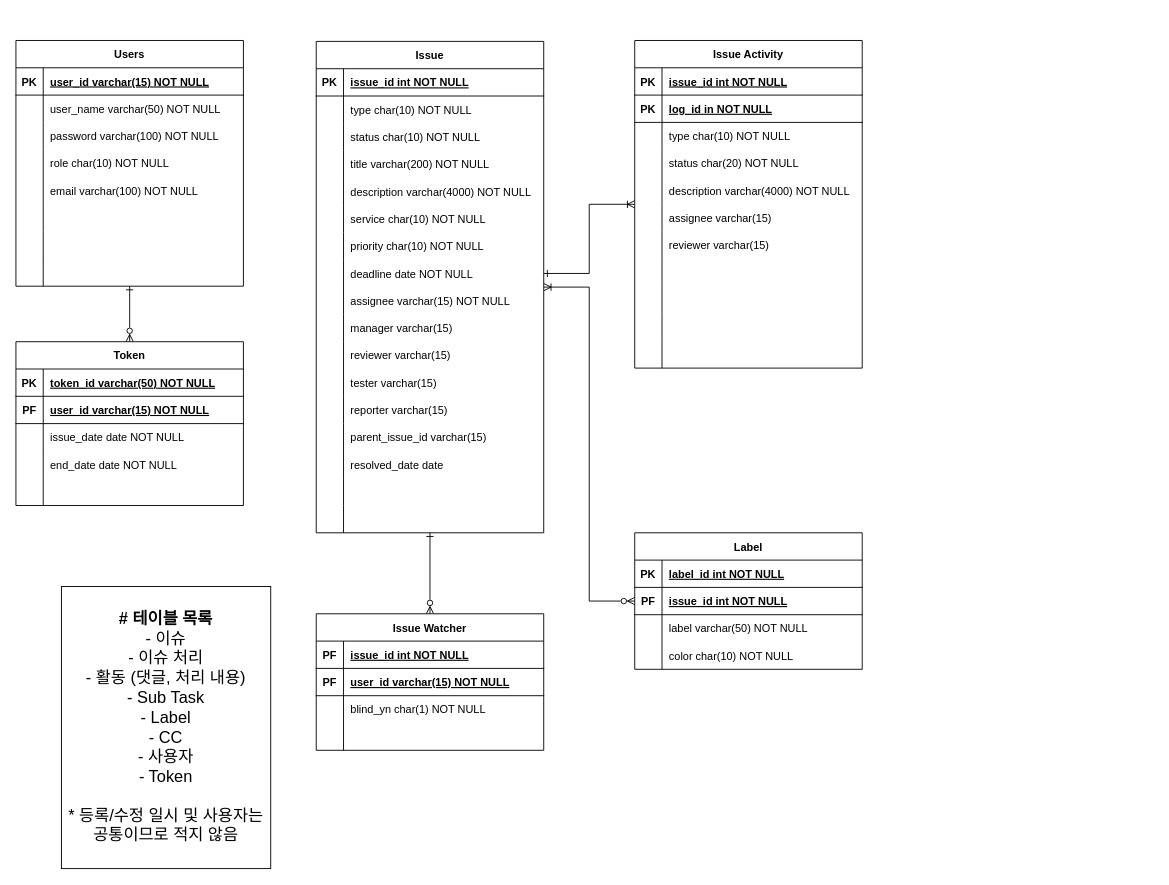
Before: neims/neims_erd.drawio in neorang/drawdoc, a draw.io diagram. Source tidied: cells renumbered, new cells numbered last; positions are measured from the earlier drawing's top-left corner, leaving out a move shared by most shapes. Both pictures are drawn from the tidied source at 91%, with x=0, y=0 at pixel (15, 40).
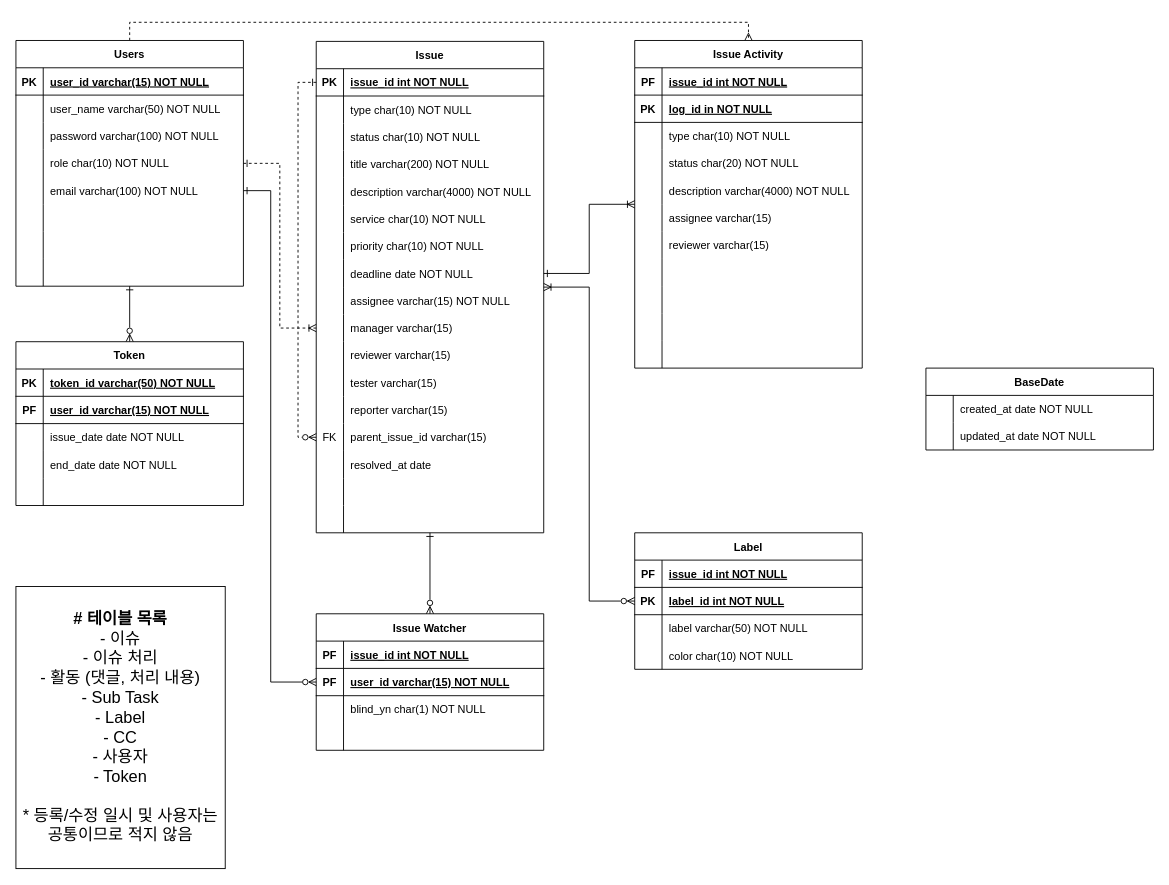
The same page after the edit.

Unchanged cells that the change refers to:
```xml
<mxCell id="2" value="Issue" style="shape=table;startSize=30;childLayout=tableLayout;rowLines=0;fontStyle=1;align=center;" parent="1" vertex="1">
  <mxGeometry x="330" y="1" width="250" height="540" as="geometry" />
</mxCell>
<mxCell id="3" style="shape=partialRectangle;fillColor=none;points=[[0,0.5],[1,0.5]];portConstraint=eastwest;top=0;left=0;right=0;bottom=1;" parent="2" vertex="1">
  <mxGeometry y="30" width="250" height="30" as="geometry" />
</mxCell>
<mxCell id="30" style="shape=partialRectangle;fillColor=none;points=[[0,0.5],[1,0.5]];portConstraint=eastwest;top=0;left=0;right=0;bottom=0;" parent="2" vertex="1">
  <mxGeometry y="300" width="250" height="30" as="geometry" />
</mxCell>
<mxCell id="42" style="shape=partialRectangle;fillColor=none;points=[[0,0.5],[1,0.5]];portConstraint=eastwest;top=0;left=0;right=0;bottom=0;" parent="2" vertex="1">
  <mxGeometry y="420" width="250" height="30" as="geometry" />
</mxCell>
<mxCell id="45" style="shape=partialRectangle;fillColor=none;top=0;left=0;right=0;bottom=0;" parent="2" vertex="1">
  <mxGeometry y="450" width="250" height="30" as="geometry" />
</mxCell>
<mxCell id="55" value="Label" style="shape=table;startSize=30;childLayout=tableLayout;rowLines=0;fontStyle=1;align=center;" parent="1" vertex="1">
  <mxGeometry x="680" y="541" width="250" height="150" as="geometry" />
</mxCell>
<mxCell id="68" value="Users" style="shape=table;startSize=30;childLayout=tableLayout;rowLines=0;fontStyle=1;align=center;" parent="1" vertex="1">
  <mxGeometry width="250" height="270" as="geometry" />
</mxCell>
<mxCell id="78" style="shape=partialRectangle;fillColor=none;points=[[0,0.5],[1,0.5]];portConstraint=eastwest;top=0;left=0;right=0;bottom=0;" parent="68" vertex="1">
  <mxGeometry y="120" width="250" height="30" as="geometry" />
</mxCell>
<mxCell id="81" style="shape=partialRectangle;fillColor=none;points=[[0,0.5],[1,0.5]];portConstraint=eastwest;top=0;left=0;right=0;bottom=0;" parent="68" vertex="1">
  <mxGeometry y="150" width="250" height="30" as="geometry" />
</mxCell>
<mxCell id="116" style="shape=partialRectangle;fillColor=none;points=[[0,0.5],[1,0.5]];portConstraint=eastwest;top=0;left=0;right=0;bottom=1;" parent="112" vertex="1">
  <mxGeometry y="60" width="250" height="30" as="geometry" />
</mxCell>
<mxCell id="126" value="Issue Activity" style="shape=table;startSize=30;childLayout=tableLayout;rowLines=0;fontStyle=1;align=center;" parent="1" vertex="1">
  <mxGeometry x="680" width="250" height="360" as="geometry" />
</mxCell>
<mxCell id="127" style="shape=partialRectangle;fillColor=none;top=0;left=0;right=0;bottom=1;" parent="126" vertex="1">
  <mxGeometry y="30" width="250" height="30" as="geometry" />
</mxCell>
```

The edit, as a diff of the source:
```diff
@@
+    <mxCell id="160" style="edgeStyle=orthogonalEdgeStyle;rounded=0;jettySize=auto;html=1;entryX=0;entryY=0.5;entryDx=0;entryDy=0;dashed=1;endArrow=ERzeroToMany;endFill=0;startArrow=ERone;startFill=0;" parent="2" edge="1" source="3" target="42">
+      <mxGeometry relative="1" as="geometry" />
+    </mxCell>
@@
-    <mxCell id="43" style="shape=partialRectangle;overflow=hidden;fillColor=none;top=0;left=0;bottom=0;right=0;" parent="42" vertex="1">
+    <mxCell id="43" value="FK" style="shape=partialRectangle;overflow=hidden;fillColor=none;top=0;left=0;bottom=0;right=0;" parent="42" vertex="1">
       <mxGeometry width="30" height="30" as="geometry" />
     </mxCell>
@@
-    <mxCell id="47" value="resolved_date date" style="shape=partialRectangle;overflow=hidden;fillColor=none;top=0;left=0;bottom=0;right=0;align=left;spacingLeft=6;" parent="45" vertex="1">
+    <mxCell id="47" value="resolved_at date" style="shape=partialRectangle;overflow=hidden;fillColor=none;top=0;left=0;bottom=0;right=0;align=left;spacingLeft=6;" parent="45" vertex="1">
       <mxGeometry x="30" width="220" height="30" as="geometry" />
     </mxCell>
@@
+    <mxCell id="59" style="shape=partialRectangle;fillColor=none;top=0;left=0;right=0;bottom=1;" parent="55" vertex="1">
+      <mxGeometry y="30" width="250" height="30" as="geometry" />
+    </mxCell>
+    <mxCell id="60" value="PF" style="shape=partialRectangle;overflow=hidden;fillColor=none;top=0;left=0;bottom=0;right=0;fontStyle=1;" parent="59" vertex="1">
+      <mxGeometry width="30" height="30" as="geometry" />
+    </mxCell>
+    <mxCell id="61" value="issue_id int NOT NULL" style="shape=partialRectangle;overflow=hidden;fillColor=none;top=0;left=0;bottom=0;right=0;align=left;spacingLeft=6;fontStyle=5;" parent="59" vertex="1">
+      <mxGeometry x="30" width="220" height="30" as="geometry" />
+    </mxCell>
     <mxCell id="56" style="shape=partialRectangle;fillColor=none;top=0;left=0;right=0;bottom=1;" parent="55" vertex="1">
-      <mxGeometry y="30" width="250" height="30" as="geometry" />
+      <mxGeometry y="60" width="250" height="30" as="geometry" />
     </mxCell>
@@
-    <mxCell id="59" style="shape=partialRectangle;fillColor=none;top=0;left=0;right=0;bottom=1;" parent="55" vertex="1">
-      <mxGeometry y="60" width="250" height="30" as="geometry" />
-    </mxCell>
-    <mxCell id="60" value="PF" style="shape=partialRectangle;overflow=hidden;fillColor=none;top=0;left=0;bottom=0;right=0;fontStyle=1;" parent="59" vertex="1">
-      <mxGeometry width="30" height="30" as="geometry" />
-    </mxCell>
-    <mxCell id="61" value="issue_id int NOT NULL" style="shape=partialRectangle;overflow=hidden;fillColor=none;top=0;left=0;bottom=0;right=0;align=left;spacingLeft=6;fontStyle=5;" parent="59" vertex="1">
-      <mxGeometry x="30" width="220" height="30" as="geometry" />
-    </mxCell>
@@
+    <mxCell id="161" style="edgeStyle=orthogonalEdgeStyle;rounded=0;jettySize=auto;html=1;entryX=0.5;entryY=0;entryDx=0;entryDy=0;endArrow=ERmany;endFill=0;dashed=1;" parent="1" edge="1" source="68" target="126">
+      <mxGeometry relative="1" as="geometry">
+        <Array as="points">
+          <mxPoint x="125" y="-20" />
+          <mxPoint x="805" y="-20" />
+        </Array>
+      </mxGeometry>
+    </mxCell>
@@
     <mxCell id="93" value="&lt;div style=&quot;font-size: 18px;&quot;&gt;&lt;font style=&quot;font-size: 18px;&quot;&gt;&lt;b&gt;# 테이블 목록&lt;/b&gt;&lt;/font&gt;&lt;/div&gt;&lt;div style=&quot;font-size: 18px;&quot;&gt;&lt;font style=&quot;font-size: 18px;&quot;&gt;- 이슈&lt;/font&gt;&lt;/div&gt;&lt;div style=&quot;font-size: 18px;&quot;&gt;&lt;font style=&quot;font-size: 18px;&quot;&gt;- 이슈 처리&lt;br&gt;&lt;/font&gt;&lt;/div&gt;&lt;div style=&quot;font-size: 18px;&quot;&gt;&lt;font style=&quot;font-size: 18px;&quot;&gt;- 활동 (댓글, 처리 내용)&lt;/font&gt;&lt;/div&gt;&lt;div style=&quot;font-size: 18px;&quot;&gt;&lt;font style=&quot;font-size: 18px;&quot;&gt;- Sub Task&lt;/font&gt;&lt;/div&gt;&lt;div style=&quot;font-size: 18px;&quot;&gt;&lt;font style=&quot;font-size: 18px;&quot;&gt;- Label&lt;/font&gt;&lt;/div&gt;&lt;div style=&quot;font-size: 18px;&quot;&gt;&lt;font style=&quot;font-size: 18px;&quot;&gt;- CC&lt;/font&gt;&lt;/div&gt;&lt;div style=&quot;font-size: 18px;&quot;&gt;&lt;font style=&quot;font-size: 18px;&quot;&gt;- 사용자&lt;/font&gt;&lt;/div&gt;&lt;div style=&quot;font-size: 18px;&quot;&gt;&lt;font style=&quot;font-size: 18px;&quot;&gt;- Token&lt;br&gt;&lt;/font&gt;&lt;/div&gt;&lt;div style=&quot;font-size: 18px;&quot;&gt;&lt;font style=&quot;font-size: 18px;&quot;&gt;&lt;br&gt;&lt;/font&gt;&lt;/div&gt;&lt;div style=&quot;font-size: 18px;&quot;&gt;&lt;font style=&quot;font-size: 18px;&quot;&gt;* 등록/수정 일시 및 사용자는 공통이므로 적지 않음&lt;br&gt;&lt;/font&gt;&lt;/div&gt;" style="rounded=0;whiteSpace=wrap;html=1;" parent="1" vertex="1">
-      <mxGeometry x="50" y="600" width="230" height="310" as="geometry" />
+      <mxGeometry y="600" width="230" height="310" as="geometry" />
     </mxCell>
@@
-    <mxCell id="128" value="PK" style="shape=partialRectangle;overflow=hidden;fillColor=none;top=0;left=0;bottom=0;right=0;fontStyle=1;" parent="127" vertex="1">
+    <mxCell id="128" value="PF" style="shape=partialRectangle;overflow=hidden;fillColor=none;top=0;left=0;bottom=0;right=0;fontStyle=1;" parent="127" vertex="1">
       <mxGeometry width="30" height="30" as="geometry" />
     </mxCell>
@@
+    <mxCell id="162" style="edgeStyle=orthogonalEdgeStyle;rounded=0;jettySize=auto;html=1;entryX=0;entryY=0.5;entryDx=0;entryDy=0;dashed=1;startArrow=ERone;startFill=0;endArrow=ERoneToMany;endFill=0;" parent="1" edge="1" source="78" target="30">
+      <mxGeometry relative="1" as="geometry">
+        <Array as="points">
+          <mxPoint x="290" y="135" />
+          <mxPoint x="290" y="316" />
+        </Array>
+      </mxGeometry>
+    </mxCell>
+    <mxCell id="163" value="BaseDate" style="shape=table;startSize=30;childLayout=tableLayout;rowLines=0;fontStyle=1;align=center;" parent="1" vertex="1">
+      <mxGeometry x="1000" y="360" width="250" height="90" as="geometry" />
+    </mxCell>
+    <mxCell id="164" style="shape=partialRectangle;fillColor=none;top=0;left=0;right=0;bottom=0;" parent="163" vertex="1">
+      <mxGeometry y="30" width="250" height="30" as="geometry" />
+    </mxCell>
+    <mxCell id="165" style="shape=partialRectangle;overflow=hidden;fillColor=none;top=0;left=0;bottom=0;right=0;" parent="164" vertex="1">
+      <mxGeometry width="30" height="30" as="geometry" />
+    </mxCell>
+    <mxCell id="166" value="created_at date NOT NULL" style="shape=partialRectangle;overflow=hidden;fillColor=none;top=0;left=0;bottom=0;right=0;align=left;spacingLeft=6;" parent="164" vertex="1">
+      <mxGeometry x="30" width="220" height="30" as="geometry" />
+    </mxCell>
+    <mxCell id="167" style="shape=partialRectangle;fillColor=none;top=0;left=0;right=0;bottom=0;" parent="163" vertex="1">
+      <mxGeometry y="60" width="250" height="30" as="geometry" />
+    </mxCell>
+    <mxCell id="168" style="shape=partialRectangle;overflow=hidden;fillColor=none;top=0;left=0;bottom=0;right=0;" parent="167" vertex="1">
+      <mxGeometry width="30" height="30" as="geometry" />
+    </mxCell>
+    <mxCell id="169" value="updated_at date NOT NULL" style="shape=partialRectangle;overflow=hidden;fillColor=none;top=0;left=0;bottom=0;right=0;align=left;spacingLeft=6;" parent="167" vertex="1">
+      <mxGeometry x="30" width="220" height="30" as="geometry" />
+    </mxCell>
+    <mxCell id="170" style="edgeStyle=orthogonalEdgeStyle;rounded=0;jettySize=auto;html=1;entryX=0;entryY=0.5;entryDx=0;entryDy=0;startArrow=ERone;startFill=0;endArrow=ERzeroToMany;endFill=0;" parent="1" edge="1" source="81" target="116">
+      <mxGeometry relative="1" as="geometry">
+        <Array as="points">
+          <mxPoint x="280" y="165" />
+          <mxPoint x="280" y="705" />
+        </Array>
+      </mxGeometry>
+    </mxCell>
```
